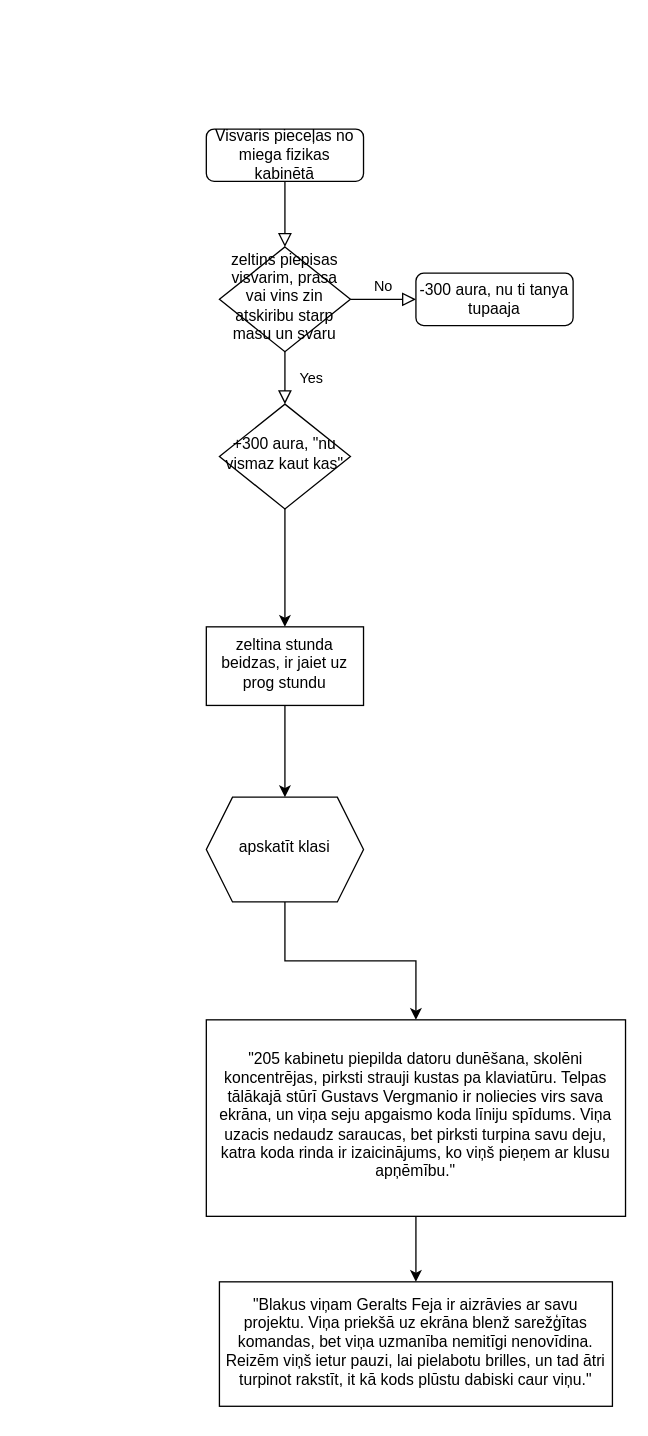
This is visvaris.drawio from mafioznik101/Visvaris-Game, a draw.io file, before an edit. Source tidied: cells renumbered, new cells numbered last; positions are measured from the earlier drawing's top-left corner, leaving out a move shared by most shapes. Both pictures are drawn from the tidied source at 131%, with x=0, y=0 at pixel (206, 128).
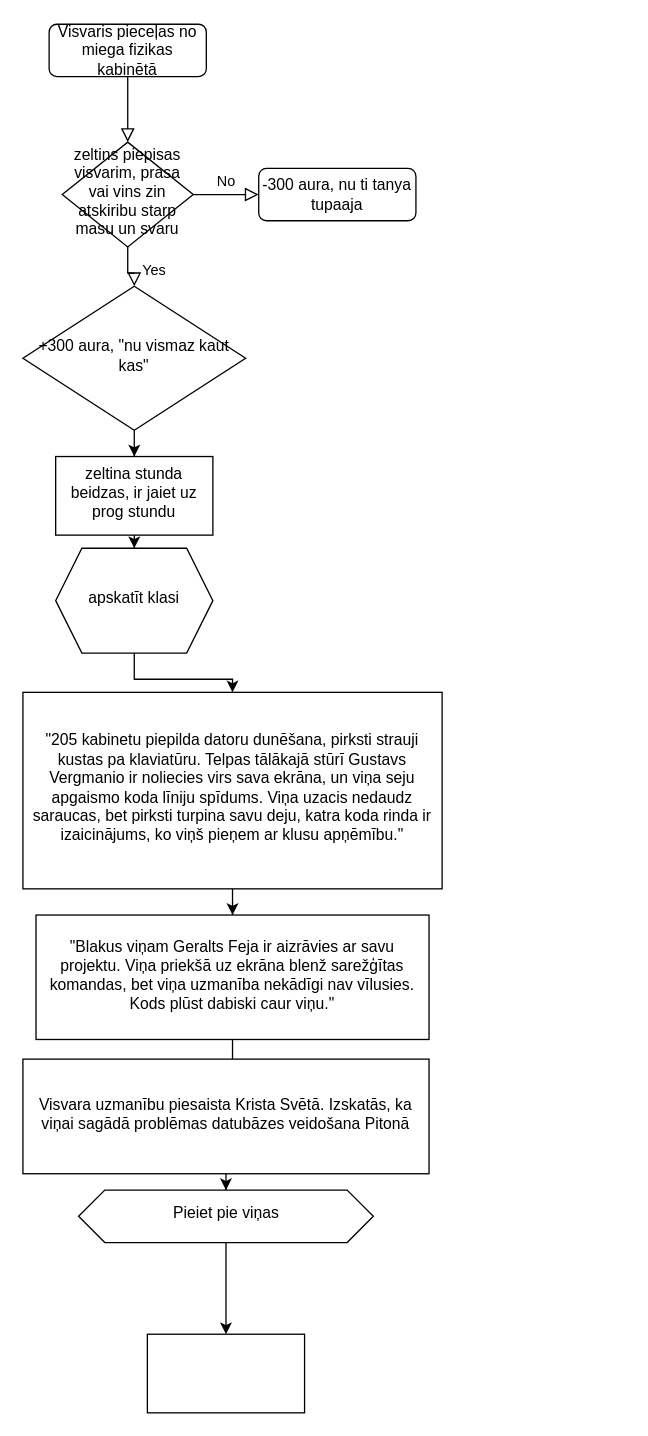
Above is the later version.

Change to the diagram source:
```diff
@@
     <mxCell id="3" value="Visvaris pieceļas no miega fizikas kabinētā" style="rounded=1;whiteSpace=wrap;html=1;fontSize=12;glass=0;strokeWidth=1;shadow=0;" parent="1" vertex="1">
-      <mxGeometry width="120" height="40" as="geometry" />
+      <mxGeometry x="-120" y="-80" width="120" height="40" as="geometry" />
     </mxCell>
@@
     <mxCell id="6" value="zeltins piepisas visvarim, prasa vai vins zin atskiribu starp masu un svaru" style="rhombus;whiteSpace=wrap;html=1;shadow=0;fontFamily=Helvetica;fontSize=12;align=center;strokeWidth=1;spacing=6;spacingTop=-4;" parent="1" vertex="1">
-      <mxGeometry x="10" y="90" width="100" height="80" as="geometry" />
+      <mxGeometry x="-110" y="10" width="100" height="80" as="geometry" />
     </mxCell>
     <mxCell id="7" value="-300 aura, nu ti tanya tupaaja" style="rounded=1;whiteSpace=wrap;html=1;fontSize=12;glass=0;strokeWidth=1;shadow=0;" parent="1" vertex="1">
-      <mxGeometry x="160" y="110" width="120" height="40" as="geometry" />
+      <mxGeometry x="40" y="30" width="120" height="40" as="geometry" />
     </mxCell>
@@
     <mxCell id="9" value="+300 aura, &quot;nu vismaz kaut kas&quot;" style="rhombus;whiteSpace=wrap;html=1;shadow=0;fontFamily=Helvetica;fontSize=12;align=center;strokeWidth=1;spacing=6;spacingTop=-4;" parent="1" vertex="1">
-      <mxGeometry x="10" y="210" width="100" height="80" as="geometry" />
+      <mxGeometry x="-140" y="120" width="170" height="110" as="geometry" />
     </mxCell>
@@
     <mxCell id="11" value="zeltina stunda beidzas, ir jaiet uz prog stundu" style="whiteSpace=wrap;html=1;shadow=0;strokeWidth=1;spacing=6;spacingTop=-4;" parent="1" vertex="1">
-      <mxGeometry y="380" width="120" height="60" as="geometry" />
+      <mxGeometry x="-115" y="250" width="120" height="60" as="geometry" />
     </mxCell>
@@
     <mxCell id="13" value="apskatīt klasi" style="shape=hexagon;perimeter=hexagonPerimeter2;whiteSpace=wrap;html=1;fixedSize=1;shadow=0;strokeWidth=1;spacing=6;spacingTop=-4;" parent="1" vertex="1">
-      <mxGeometry y="510" width="120" height="80" as="geometry" />
+      <mxGeometry x="-115" y="320" width="120" height="80" as="geometry" />
     </mxCell>
@@
-    <mxCell id="15" value="&quot;205 kabinetu piepilda datoru dunēšana, skolēni koncentrējas, pirksti strauji kustas pa klaviatūru. Telpas tālākajā stūrī Gustavs Vergmanio ir noliecies virs sava ekrāna, un viņa seju apgaismo koda līniju spīdums. Viņa uzacis nedaudz saraucas, bet pirksti turpina savu deju, katra koda rinda ir izaicinājums, ko viņš pieņem ar klusu apņēmību.&quot;" style="whiteSpace=wrap;html=1;shadow=0;strokeWidth=1;spacing=6;spacingTop=-4;" parent="1" vertex="1">
-      <mxGeometry y="680" width="320" height="150" as="geometry" />
+    <mxCell id="15" value="&quot;205 kabinetu piepilda datoru dunēšana, pirksti strauji kustas pa klaviatūru. Telpas tālākajā stūrī Gustavs Vergmanio ir noliecies virs sava ekrāna, un viņa seju apgaismo koda līniju spīdums. Viņa uzacis nedaudz saraucas, bet pirksti turpina savu deju, katra koda rinda ir izaicinājums, ko viņš pieņem ar klusu apņēmību.&quot;" style="whiteSpace=wrap;html=1;shadow=0;strokeWidth=1;spacing=6;spacingTop=-4;" parent="1" vertex="1">
+      <mxGeometry x="-140" y="430" width="320" height="150" as="geometry" />
     </mxCell>
+    <mxCell id="17" style="edgeStyle=orthogonalEdgeStyle;rounded=0;jettySize=auto;html=1;" parent="1" edge="1" source="16" target="19">
+      <mxGeometry relative="1" as="geometry" />
+    </mxCell>
-    <mxCell id="16" value="&quot;Blakus viņam Geralts Feja ir aizrāvies ar savu projektu. Viņa priekšā uz ekrāna blenž sarežģītas komandas, bet viņa uzmanība nemitīgi nenovīdina. Reizēm viņš ietur pauzi, lai pielabotu brilles, un tad ātri turpinot rakstīt, it kā kods plūstu dabiski caur viņu.&quot;" style="whiteSpace=wrap;html=1;shadow=0;strokeWidth=1;spacing=6;spacingTop=-4;" parent="1" vertex="1">
-      <mxGeometry x="10" y="880" width="300" height="95" as="geometry" />
+    <mxCell id="16" value="&quot;Blakus viņam Geralts Feja ir aizrāvies ar savu projektu. Viņa priekšā uz ekrāna blenž sarežģītas komandas, bet viņa uzmanība nekādīgi nav vīlusies. Kods plūst dabiski caur viņu.&quot;" style="whiteSpace=wrap;html=1;shadow=0;strokeWidth=1;spacing=6;spacingTop=-4;" parent="1" vertex="1">
+      <mxGeometry x="-130" y="600" width="300" height="95" as="geometry" />
     </mxCell>
+    <mxCell id="18" style="edgeStyle=orthogonalEdgeStyle;rounded=0;jettySize=auto;html=1;" parent="1" edge="1" source="19" target="21">
+      <mxGeometry relative="1" as="geometry" />
+    </mxCell>
+    <mxCell id="19" value="Visvara uzmanību piesaista Krista Svētā. Izskatās, ka viņai sagādā problēmas datubāzes veidošana Pitonā" style="whiteSpace=wrap;html=1;shadow=0;strokeWidth=1;spacing=6;spacingTop=-4;" parent="1" vertex="1">
+      <mxGeometry x="-140" y="710" width="310" height="87.5" as="geometry" />
+    </mxCell>
+    <mxCell id="20" style="edgeStyle=orthogonalEdgeStyle;rounded=0;jettySize=auto;html=1;" parent="1" edge="1" source="21" target="22">
+      <mxGeometry relative="1" as="geometry" />
+    </mxCell>
+    <mxCell id="21" value="Pieiet pie viņas" style="shape=hexagon;perimeter=hexagonPerimeter2;whiteSpace=wrap;html=1;fixedSize=1;shadow=0;strokeWidth=1;spacing=6;spacingTop=-4;" parent="1" vertex="1">
+      <mxGeometry x="-97.5" y="810" width="225" height="40" as="geometry" />
+    </mxCell>
+    <mxCell id="22" style="whiteSpace=wrap;html=1;shadow=0;strokeWidth=1;spacing=6;spacingTop=-4;" parent="1" vertex="1">
+      <mxGeometry x="-45" y="920" width="120" height="60" as="geometry" />
+    </mxCell>
```
